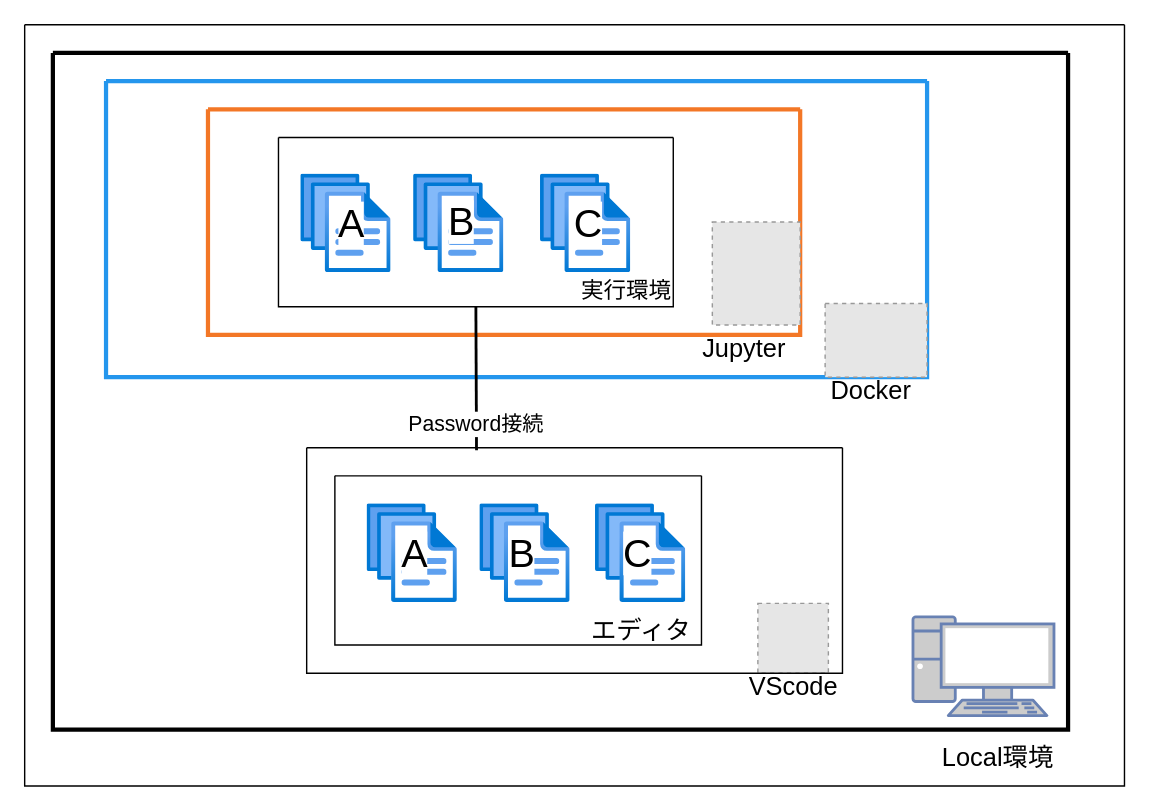
Earlier version of the draw.io diagram pic/draw.io/JupyterーDocker.drawio (ShotaArima/qiita). Source tidied: cells renumbered, new cells numbered last; positions are measured from the earlier drawing's top-left corner, leaving out a move shared by most shapes. Both pictures are drawn from the tidied source at 141%, with x=0, y=0 at pixel (24, 24). Pictures stored in the file or linked from it are replaced by grey dashed boxes.
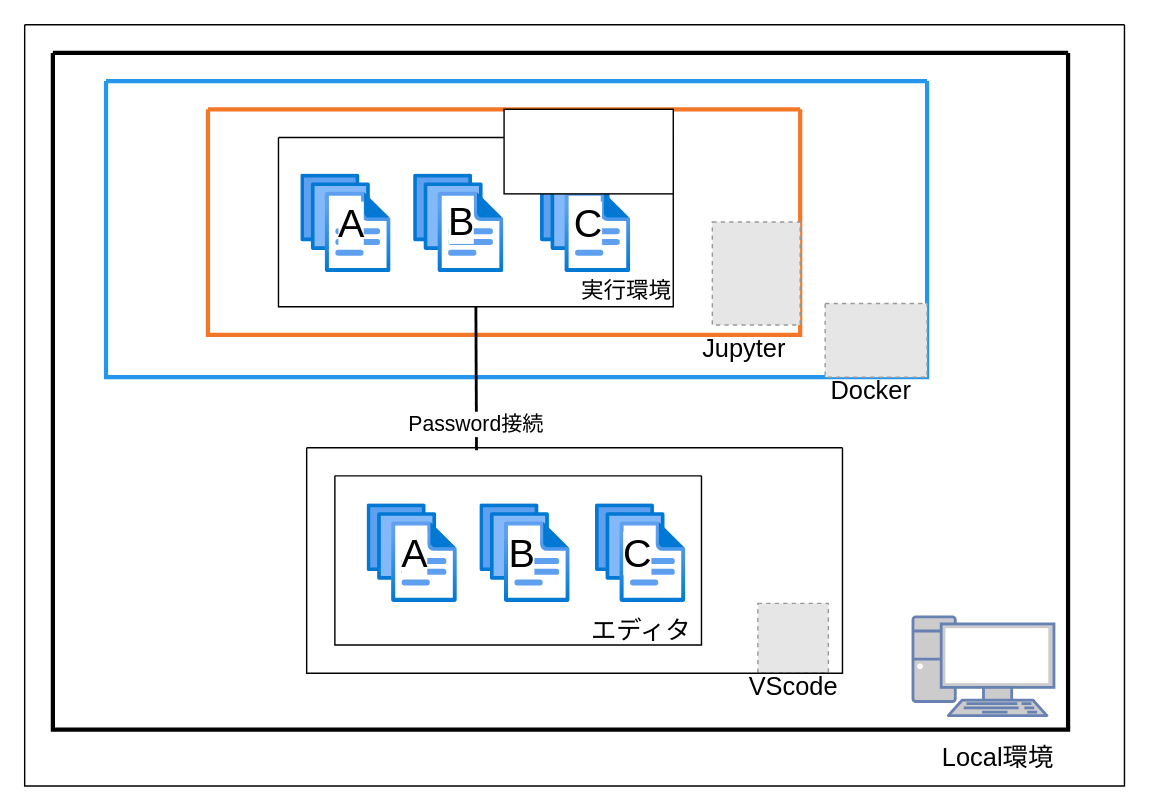
The same diagram, later.

Diff of the diagram source:
```diff
@@
+    <mxCell id="33" style="rounded=0;whiteSpace=wrap;html=1;" parent="1" vertex="1">
+      <mxGeometry x="340" y="60" width="120" height="60" as="geometry" />
+    </mxCell>
```
